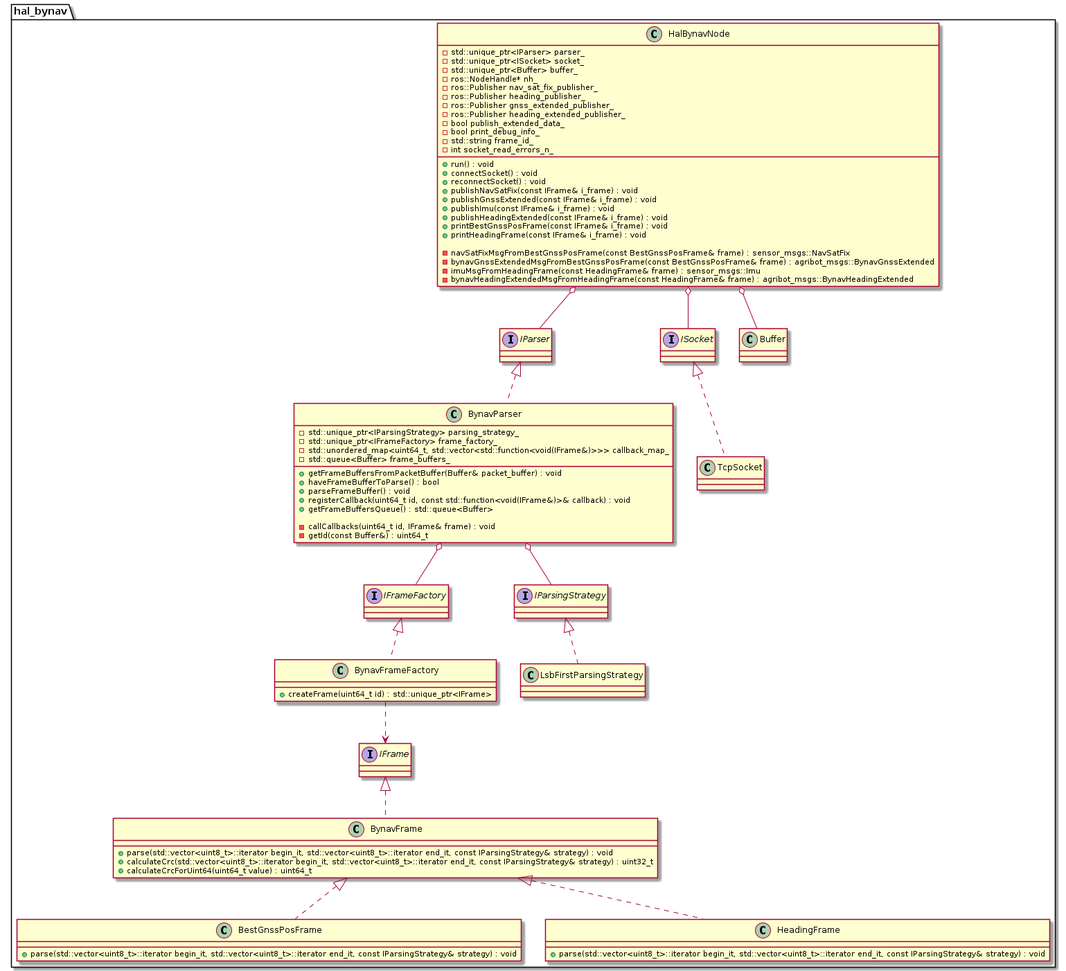
The PlantUML diagram doc/class_diagram/hal_bynav.png in agribot-2-0/hal_bynav, before a commit.
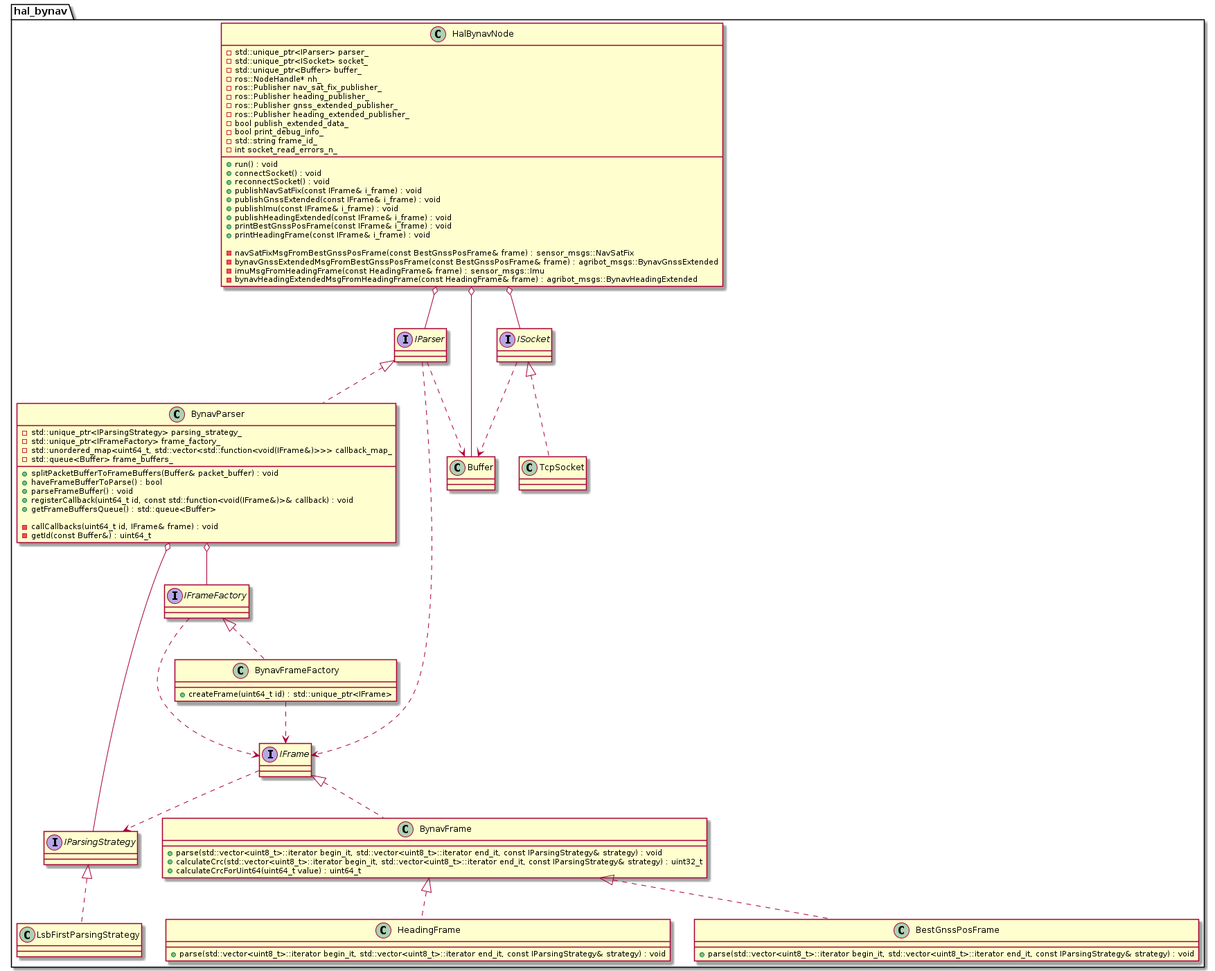
After the change.

Diff of the diagram source:
```diff
@@ -41,7 +41,7 @@
   class BynavParser
   {
 
-    + getFrameBuffersFromPacketBuffer(Buffer& packet_buffer) : void
+    + splitPacketBufferToFrameBuffers(Buffer& packet_buffer) : void
     + haveFrameBufferToParse() : bool
     + parseFrameBuffer() : void
     + registerCallback(uint64_t id, const std::function<void(IFrame&)>& callback) : void
@@ -120,6 +120,12 @@
   HalBynavNode o-- Buffer
 
   BynavFrameFactory ..> IFrame
+
+  ISocket ..> Buffer
+  IParser ..> Buffer
+  IParser ..> IFrame
+  IFrameFactory ..> IFrame
+  IFrame ..> IParsingStrategy
 }
 
 @enduml
```
